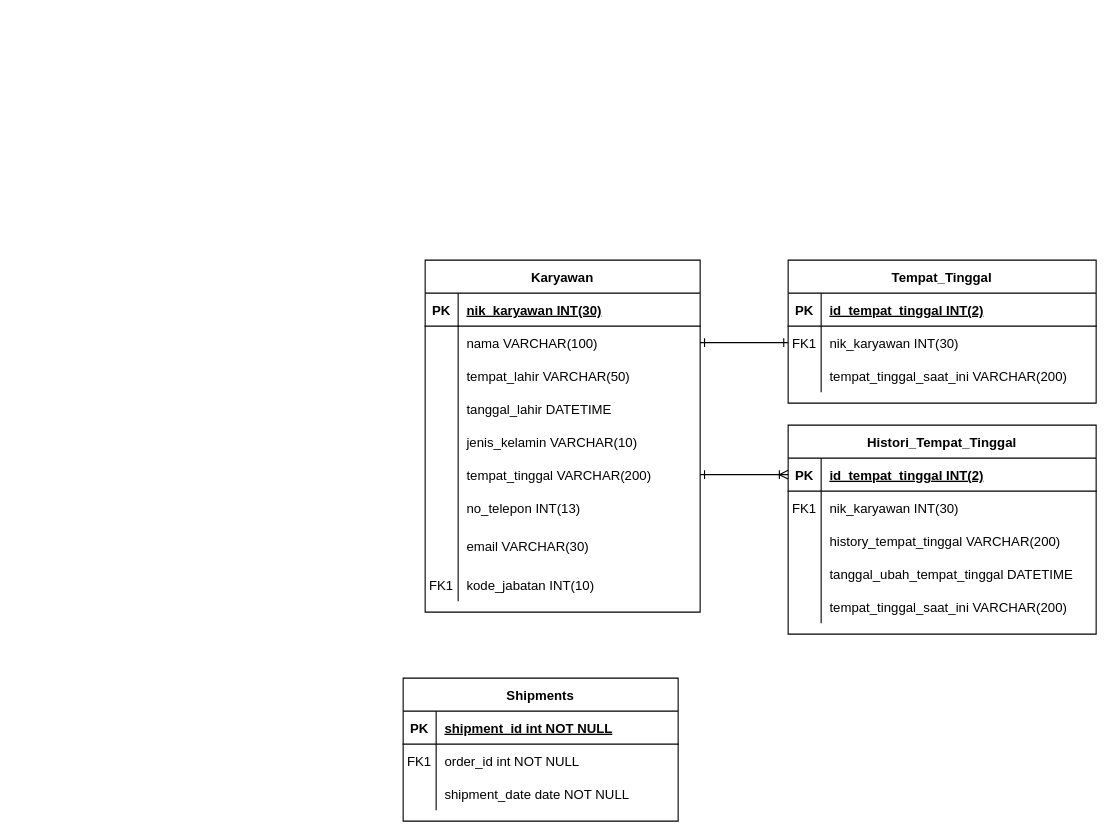
The draw.io diagram Pertemuan7/QUIZ/Untitled Diagram.drawio in NormalikaShandi/IF214002, before the edit. Source tidied: cells renumbered, new cells numbered last; positions are measured from the earlier drawing's top-left corner, leaving out a move shared by most shapes. Both pictures are drawn from the tidied source at 110%, with x=0, y=0 at pixel (403, 260).
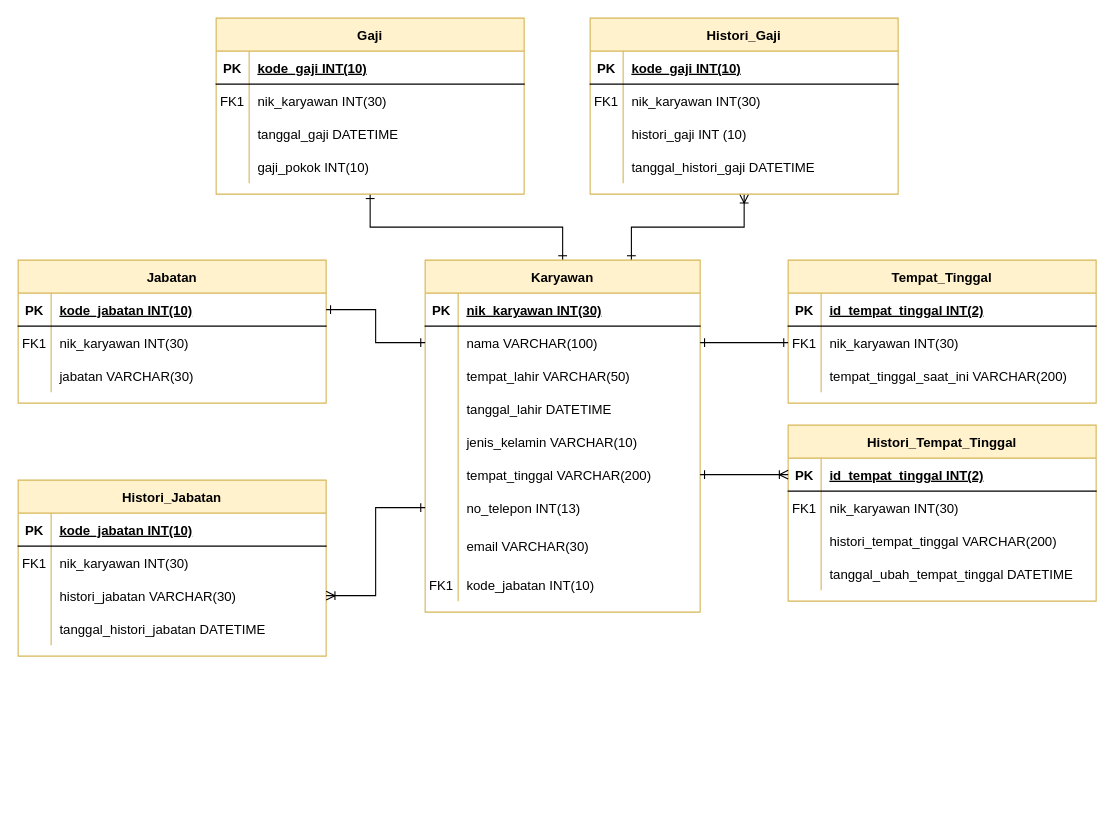
The same diagram, later.

The change refers to these unchanged cells:
```xml
<mxCell id="26" style="shape=partialRectangle;fillColor=none;points=[[0,0.5],[1,0.5]];portConstraint=eastwest;top=0;left=0;right=0;bottom=0;" parent="22" vertex="1">
  <mxGeometry y="60" width="250" height="30" as="geometry" />
</mxCell>
<mxCell id="41" style="shape=partialRectangle;fillColor=none;points=[[0,0.5],[1,0.5]];portConstraint=eastwest;top=0;left=0;right=0;bottom=0;" parent="22" vertex="1">
  <mxGeometry y="210" width="250" height="30" as="geometry" />
</mxCell>
<mxCell id="58" style="shape=partialRectangle;fillColor=none;top=0;left=0;right=0;bottom=0;" parent="51" vertex="1">
  <mxGeometry y="90" width="280" height="30" as="geometry" />
</mxCell>
```

The edit, as a diff of the source:
```diff
@@
-    <mxCell id="2" value="Tempat_Tinggal" style="shape=table;startSize=30;childLayout=tableLayout;rowLines=0;fontStyle=1;align=center;" parent="1" vertex="1">
+    <mxCell id="2" value="Tempat_Tinggal" style="shape=table;startSize=30;childLayout=tableLayout;rowLines=0;fontStyle=1;align=center;fillColor=#fff2cc;strokeColor=#d6b656;" parent="1" vertex="1">
       <mxGeometry x="350" width="280" height="130" as="geometry" />
     </mxCell>
@@
-    <mxCell id="12" value="Shipments" style="shape=table;startSize=30;childLayout=tableLayout;rowLines=0;fontStyle=1;align=center;" parent="1" vertex="1">
-      <mxGeometry y="380" width="250" height="130" as="geometry" />
-    </mxCell>
-    <mxCell id="13" style="shape=partialRectangle;fillColor=none;top=0;left=0;right=0;bottom=1;" parent="12" vertex="1">
-      <mxGeometry y="30" width="250" height="30" as="geometry" />
-    </mxCell>
-    <mxCell id="14" value="PK" style="shape=partialRectangle;overflow=hidden;fillColor=none;top=0;left=0;bottom=0;right=0;fontStyle=1;" parent="13" vertex="1">
-      <mxGeometry width="30" height="30" as="geometry" />
-    </mxCell>
-    <mxCell id="15" value="shipment_id int NOT NULL " style="shape=partialRectangle;overflow=hidden;fillColor=none;top=0;left=0;bottom=0;right=0;align=left;spacingLeft=6;fontStyle=5;" parent="13" vertex="1">
-      <mxGeometry x="30" width="220" height="30" as="geometry" />
-    </mxCell>
-    <mxCell id="16" style="shape=partialRectangle;fillColor=none;top=0;left=0;right=0;bottom=0;" parent="12" vertex="1">
-      <mxGeometry y="60" width="250" height="30" as="geometry" />
-    </mxCell>
-    <mxCell id="17" value="FK1" style="shape=partialRectangle;overflow=hidden;fillColor=none;top=0;left=0;bottom=0;right=0;" parent="16" vertex="1">
-      <mxGeometry width="30" height="30" as="geometry" />
-    </mxCell>
-    <mxCell id="18" value="order_id int NOT NULL" style="shape=partialRectangle;overflow=hidden;fillColor=none;top=0;left=0;bottom=0;right=0;align=left;spacingLeft=6;" parent="16" vertex="1">
-      <mxGeometry x="30" width="220" height="30" as="geometry" />
-    </mxCell>
-    <mxCell id="19" style="shape=partialRectangle;fillColor=none;top=0;left=0;right=0;bottom=0;" parent="12" vertex="1">
-      <mxGeometry y="90" width="250" height="30" as="geometry" />
-    </mxCell>
-    <mxCell id="20" style="shape=partialRectangle;overflow=hidden;fillColor=none;top=0;left=0;bottom=0;right=0;" parent="19" vertex="1">
-      <mxGeometry width="30" height="30" as="geometry" />
-    </mxCell>
-    <mxCell id="21" value="shipment_date date NOT NULL" style="shape=partialRectangle;overflow=hidden;fillColor=none;top=0;left=0;bottom=0;right=0;align=left;spacingLeft=6;" parent="19" vertex="1">
-      <mxGeometry x="30" width="220" height="30" as="geometry" />
-    </mxCell>
+    <mxCell id="68" style="edgeStyle=orthogonalEdgeStyle;rounded=0;jettySize=auto;html=1;exitX=0.5;exitY=0;exitDx=0;exitDy=0;entryX=0.5;entryY=1;entryDx=0;entryDy=0;startArrow=ERone;startFill=0;endArrow=ERone;endFill=0;" parent="1" edge="1" source="22" target="70">
+      <mxGeometry relative="1" as="geometry" />
+    </mxCell>
+    <mxCell id="69" style="edgeStyle=orthogonalEdgeStyle;rounded=0;jettySize=auto;html=1;exitX=0.75;exitY=0;exitDx=0;exitDy=0;entryX=0.5;entryY=1;entryDx=0;entryDy=0;startArrow=ERone;startFill=0;endArrow=ERoneToMany;endFill=0;" parent="1" edge="1" source="22" target="83">
+      <mxGeometry relative="1" as="geometry" />
+    </mxCell>
-    <mxCell id="22" value="Karyawan" style="shape=table;startSize=30;childLayout=tableLayout;rowLines=0;fontStyle=1;align=center;" parent="1" vertex="1">
+    <mxCell id="22" value="Karyawan" style="shape=table;startSize=30;childLayout=tableLayout;rowLines=0;fontStyle=1;align=center;fillColor=#fff2cc;strokeColor=#d6b656;" parent="1" vertex="1">
       <mxGeometry x="20" width="250" height="320" as="geometry" />
     </mxCell>
@@
-    <mxCell id="51" value="Histori_Tempat_Tinggal" style="shape=table;startSize=30;childLayout=tableLayout;rowLines=0;fontStyle=1;align=center;" parent="1" vertex="1">
-      <mxGeometry x="350" y="150" width="280" height="190" as="geometry" />
+    <mxCell id="51" value="Histori_Tempat_Tinggal" style="shape=table;startSize=30;childLayout=tableLayout;rowLines=0;fontStyle=1;align=center;fillColor=#fff2cc;strokeColor=#d6b656;" parent="1" vertex="1">
+      <mxGeometry x="350" y="150" width="280" height="160" as="geometry" />
     </mxCell>
@@
-    <mxCell id="60" value="history_tempat_tinggal VARCHAR(200)" style="shape=partialRectangle;overflow=hidden;fillColor=none;top=0;left=0;bottom=0;right=0;align=left;spacingLeft=6;" parent="58" vertex="1">
+    <mxCell id="60" value="histori_tempat_tinggal VARCHAR(200)" style="shape=partialRectangle;overflow=hidden;fillColor=none;top=0;left=0;bottom=0;right=0;align=left;spacingLeft=6;" parent="58" vertex="1">
       <mxGeometry x="30" width="250" height="30" as="geometry" />
     </mxCell>
@@
-    <mxCell id="64" style="shape=partialRectangle;fillColor=none;top=0;left=0;right=0;bottom=0;" parent="51" vertex="1">
-      <mxGeometry y="150" width="280" height="30" as="geometry" />
-    </mxCell>
-    <mxCell id="65" style="shape=partialRectangle;overflow=hidden;fillColor=none;top=0;left=0;bottom=0;right=0;" parent="64" vertex="1">
-      <mxGeometry width="30" height="30" as="geometry" />
-    </mxCell>
-    <mxCell id="66" value="tempat_tinggal_saat_ini VARCHAR(200)" style="shape=partialRectangle;overflow=hidden;fillColor=none;top=0;left=0;bottom=0;right=0;align=left;spacingLeft=6;" parent="64" vertex="1">
-      <mxGeometry x="30" width="250" height="30" as="geometry" />
-    </mxCell>
@@
+    <mxCell id="70" value="Gaji" style="shape=table;startSize=30;childLayout=tableLayout;rowLines=0;fontStyle=1;align=center;fillColor=#fff2cc;strokeColor=#d6b656;" parent="1" vertex="1">
+      <mxGeometry x="-170" y="-220" width="280" height="160" as="geometry" />
+    </mxCell>
+    <mxCell id="71" style="shape=partialRectangle;fillColor=none;top=0;left=0;right=0;bottom=1;" parent="70" vertex="1">
+      <mxGeometry y="30" width="280" height="30" as="geometry" />
+    </mxCell>
+    <mxCell id="72" value="PK" style="shape=partialRectangle;overflow=hidden;fillColor=none;top=0;left=0;bottom=0;right=0;fontStyle=1;" parent="71" vertex="1">
+      <mxGeometry width="30" height="30" as="geometry" />
+    </mxCell>
+    <mxCell id="73" value="kode_gaji INT(10)" style="shape=partialRectangle;overflow=hidden;fillColor=none;top=0;left=0;bottom=0;right=0;align=left;spacingLeft=6;fontStyle=5;" parent="71" vertex="1">
+      <mxGeometry x="30" width="250" height="30" as="geometry" />
+    </mxCell>
+    <mxCell id="74" style="shape=partialRectangle;fillColor=none;top=0;left=0;right=0;bottom=0;" parent="70" vertex="1">
+      <mxGeometry y="60" width="280" height="30" as="geometry" />
+    </mxCell>
+    <mxCell id="75" value="FK1" style="shape=partialRectangle;overflow=hidden;fillColor=none;top=0;left=0;bottom=0;right=0;" parent="74" vertex="1">
+      <mxGeometry width="30" height="30" as="geometry" />
+    </mxCell>
+    <mxCell id="76" value="nik_karyawan INT(30)" style="shape=partialRectangle;overflow=hidden;fillColor=none;top=0;left=0;bottom=0;right=0;align=left;spacingLeft=6;" parent="74" vertex="1">
+      <mxGeometry x="30" width="250" height="30" as="geometry" />
+    </mxCell>
+    <mxCell id="77" style="shape=partialRectangle;fillColor=none;top=0;left=0;right=0;bottom=0;" parent="70" vertex="1">
+      <mxGeometry y="90" width="280" height="30" as="geometry" />
+    </mxCell>
+    <mxCell id="78" style="shape=partialRectangle;overflow=hidden;fillColor=none;top=0;left=0;bottom=0;right=0;" parent="77" vertex="1">
+      <mxGeometry width="30" height="30" as="geometry" />
+    </mxCell>
+    <mxCell id="79" value="tanggal_gaji DATETIME" style="shape=partialRectangle;overflow=hidden;fillColor=none;top=0;left=0;bottom=0;right=0;align=left;spacingLeft=6;" parent="77" vertex="1">
+      <mxGeometry x="30" width="250" height="30" as="geometry" />
+    </mxCell>
+    <mxCell id="80" style="shape=partialRectangle;fillColor=none;top=0;left=0;right=0;bottom=0;" parent="70" vertex="1">
+      <mxGeometry y="120" width="280" height="30" as="geometry" />
+    </mxCell>
+    <mxCell id="81" style="shape=partialRectangle;overflow=hidden;fillColor=none;top=0;left=0;bottom=0;right=0;" parent="80" vertex="1">
+      <mxGeometry width="30" height="30" as="geometry" />
+    </mxCell>
+    <mxCell id="82" value="gaji_pokok INT(10)" style="shape=partialRectangle;overflow=hidden;fillColor=none;top=0;left=0;bottom=0;right=0;align=left;spacingLeft=6;" parent="80" vertex="1">
+      <mxGeometry x="30" width="250" height="30" as="geometry" />
+    </mxCell>
+    <mxCell id="83" value="Histori_Gaji" style="shape=table;startSize=30;childLayout=tableLayout;rowLines=0;fontStyle=1;align=center;fillColor=#fff2cc;strokeColor=#d6b656;" parent="1" vertex="1">
+      <mxGeometry x="170" y="-220" width="280" height="160" as="geometry" />
+    </mxCell>
+    <mxCell id="84" style="shape=partialRectangle;fillColor=none;top=0;left=0;right=0;bottom=1;" parent="83" vertex="1">
+      <mxGeometry y="30" width="280" height="30" as="geometry" />
+    </mxCell>
+    <mxCell id="85" value="PK" style="shape=partialRectangle;overflow=hidden;fillColor=none;top=0;left=0;bottom=0;right=0;fontStyle=1;" parent="84" vertex="1">
+      <mxGeometry width="30" height="30" as="geometry" />
+    </mxCell>
+    <mxCell id="86" value="kode_gaji INT(10)" style="shape=partialRectangle;overflow=hidden;fillColor=none;top=0;left=0;bottom=0;right=0;align=left;spacingLeft=6;fontStyle=5;" parent="84" vertex="1">
+      <mxGeometry x="30" width="250" height="30" as="geometry" />
+    </mxCell>
+    <mxCell id="87" style="shape=partialRectangle;fillColor=none;top=0;left=0;right=0;bottom=0;" parent="83" vertex="1">
+      <mxGeometry y="60" width="280" height="30" as="geometry" />
+    </mxCell>
+    <mxCell id="88" value="FK1" style="shape=partialRectangle;overflow=hidden;fillColor=none;top=0;left=0;bottom=0;right=0;" parent="87" vertex="1">
+      <mxGeometry width="30" height="30" as="geometry" />
+    </mxCell>
+    <mxCell id="89" value="nik_karyawan INT(30)" style="shape=partialRectangle;overflow=hidden;fillColor=none;top=0;left=0;bottom=0;right=0;align=left;spacingLeft=6;" parent="87" vertex="1">
+      <mxGeometry x="30" width="250" height="30" as="geometry" />
+    </mxCell>
+    <mxCell id="90" style="shape=partialRectangle;fillColor=none;top=0;left=0;right=0;bottom=0;" parent="83" vertex="1">
+      <mxGeometry y="90" width="280" height="30" as="geometry" />
+    </mxCell>
+    <mxCell id="91" style="shape=partialRectangle;overflow=hidden;fillColor=none;top=0;left=0;bottom=0;right=0;" parent="90" vertex="1">
+      <mxGeometry width="30" height="30" as="geometry" />
+    </mxCell>
+    <mxCell id="92" value="histori_gaji INT (10) " style="shape=partialRectangle;overflow=hidden;fillColor=none;top=0;left=0;bottom=0;right=0;align=left;spacingLeft=6;" parent="90" vertex="1">
+      <mxGeometry x="30" width="250" height="30" as="geometry" />
+    </mxCell>
+    <mxCell id="93" style="shape=partialRectangle;fillColor=none;top=0;left=0;right=0;bottom=0;" parent="83" vertex="1">
+      <mxGeometry y="120" width="280" height="30" as="geometry" />
+    </mxCell>
+    <mxCell id="94" style="shape=partialRectangle;overflow=hidden;fillColor=none;top=0;left=0;bottom=0;right=0;" parent="93" vertex="1">
+      <mxGeometry width="30" height="30" as="geometry" />
+    </mxCell>
+    <mxCell id="95" value="tanggal_histori_gaji DATETIME" style="shape=partialRectangle;overflow=hidden;fillColor=none;top=0;left=0;bottom=0;right=0;align=left;spacingLeft=6;" parent="93" vertex="1">
+      <mxGeometry x="30" width="250" height="30" as="geometry" />
+    </mxCell>
+    <mxCell id="96" value="Jabatan" style="shape=table;startSize=30;childLayout=tableLayout;rowLines=0;fontStyle=1;align=center;fillColor=#fff2cc;strokeColor=#d6b656;" parent="1" vertex="1">
+      <mxGeometry x="-350" width="280" height="130" as="geometry" />
+    </mxCell>
+    <mxCell id="97" style="shape=partialRectangle;fillColor=none;points=[[0,0.5],[1,0.5]];portConstraint=eastwest;top=0;left=0;right=0;bottom=1;" parent="96" vertex="1">
+      <mxGeometry y="30" width="280" height="30" as="geometry" />
+    </mxCell>
+    <mxCell id="98" value="PK" style="shape=partialRectangle;overflow=hidden;fillColor=none;top=0;left=0;bottom=0;right=0;fontStyle=1;" parent="97" vertex="1">
+      <mxGeometry width="30" height="30" as="geometry" />
+    </mxCell>
+    <mxCell id="99" value="kode_jabatan INT(10)" style="shape=partialRectangle;overflow=hidden;fillColor=none;top=0;left=0;bottom=0;right=0;align=left;spacingLeft=6;fontStyle=5;" parent="97" vertex="1">
+      <mxGeometry x="30" width="250" height="30" as="geometry" />
+    </mxCell>
+    <mxCell id="100" style="shape=partialRectangle;fillColor=none;top=0;left=0;right=0;bottom=0;" parent="96" vertex="1">
+      <mxGeometry y="60" width="280" height="30" as="geometry" />
+    </mxCell>
+    <mxCell id="101" value="FK1" style="shape=partialRectangle;overflow=hidden;fillColor=none;top=0;left=0;bottom=0;right=0;" parent="100" vertex="1">
+      <mxGeometry width="30" height="30" as="geometry" />
+    </mxCell>
+    <mxCell id="102" value="nik_karyawan INT(30)" style="shape=partialRectangle;overflow=hidden;fillColor=none;top=0;left=0;bottom=0;right=0;align=left;spacingLeft=6;" parent="100" vertex="1">
+      <mxGeometry x="30" width="250" height="30" as="geometry" />
+    </mxCell>
+    <mxCell id="103" style="shape=partialRectangle;fillColor=none;top=0;left=0;right=0;bottom=0;" parent="96" vertex="1">
+      <mxGeometry y="90" width="280" height="30" as="geometry" />
+    </mxCell>
+    <mxCell id="104" style="shape=partialRectangle;overflow=hidden;fillColor=none;top=0;left=0;bottom=0;right=0;" parent="103" vertex="1">
+      <mxGeometry width="30" height="30" as="geometry" />
+    </mxCell>
+    <mxCell id="105" value="jabatan VARCHAR(30)" style="shape=partialRectangle;overflow=hidden;fillColor=none;top=0;left=0;bottom=0;right=0;align=left;spacingLeft=6;" parent="103" vertex="1">
+      <mxGeometry x="30" width="250" height="30" as="geometry" />
+    </mxCell>
+    <mxCell id="106" value="Histori_Jabatan" style="shape=table;startSize=30;childLayout=tableLayout;rowLines=0;fontStyle=1;align=center;fillColor=#fff2cc;strokeColor=#d6b656;" parent="1" vertex="1">
+      <mxGeometry x="-350" y="200" width="280" height="160" as="geometry" />
+    </mxCell>
+    <mxCell id="107" style="shape=partialRectangle;fillColor=none;top=0;left=0;right=0;bottom=1;" parent="106" vertex="1">
+      <mxGeometry y="30" width="280" height="30" as="geometry" />
+    </mxCell>
+    <mxCell id="108" value="PK" style="shape=partialRectangle;overflow=hidden;fillColor=none;top=0;left=0;bottom=0;right=0;fontStyle=1;" parent="107" vertex="1">
+      <mxGeometry width="30" height="30" as="geometry" />
+    </mxCell>
+    <mxCell id="109" value="kode_jabatan INT(10)" style="shape=partialRectangle;overflow=hidden;fillColor=none;top=0;left=0;bottom=0;right=0;align=left;spacingLeft=6;fontStyle=5;" parent="107" vertex="1">
+      <mxGeometry x="30" width="250" height="30" as="geometry" />
+    </mxCell>
+    <mxCell id="110" style="shape=partialRectangle;fillColor=none;top=0;left=0;right=0;bottom=0;" parent="106" vertex="1">
+      <mxGeometry y="60" width="280" height="30" as="geometry" />
+    </mxCell>
+    <mxCell id="111" value="FK1" style="shape=partialRectangle;overflow=hidden;fillColor=none;top=0;left=0;bottom=0;right=0;" parent="110" vertex="1">
+      <mxGeometry width="30" height="30" as="geometry" />
+    </mxCell>
+    <mxCell id="112" value="nik_karyawan INT(30)" style="shape=partialRectangle;overflow=hidden;fillColor=none;top=0;left=0;bottom=0;right=0;align=left;spacingLeft=6;" parent="110" vertex="1">
+      <mxGeometry x="30" width="250" height="30" as="geometry" />
+    </mxCell>
+    <mxCell id="113" style="shape=partialRectangle;fillColor=none;points=[[0,0.5],[1,0.5]];portConstraint=eastwest;top=0;left=0;right=0;bottom=0;" parent="106" vertex="1">
+      <mxGeometry y="90" width="280" height="30" as="geometry" />
+    </mxCell>
+    <mxCell id="114" style="shape=partialRectangle;overflow=hidden;fillColor=none;top=0;left=0;bottom=0;right=0;" parent="113" vertex="1">
+      <mxGeometry width="30" height="30" as="geometry" />
+    </mxCell>
+    <mxCell id="115" value="histori_jabatan VARCHAR(30)" style="shape=partialRectangle;overflow=hidden;fillColor=none;top=0;left=0;bottom=0;right=0;align=left;spacingLeft=6;" parent="113" vertex="1">
+      <mxGeometry x="30" width="250" height="30" as="geometry" />
+    </mxCell>
+    <mxCell id="116" style="shape=partialRectangle;fillColor=none;top=0;left=0;right=0;bottom=0;" parent="106" vertex="1">
+      <mxGeometry y="120" width="280" height="30" as="geometry" />
+    </mxCell>
+    <mxCell id="117" style="shape=partialRectangle;overflow=hidden;fillColor=none;top=0;left=0;bottom=0;right=0;" parent="116" vertex="1">
+      <mxGeometry width="30" height="30" as="geometry" />
+    </mxCell>
+    <mxCell id="118" value="tanggal_histori_jabatan DATETIME" style="shape=partialRectangle;overflow=hidden;fillColor=none;top=0;left=0;bottom=0;right=0;align=left;spacingLeft=6;" parent="116" vertex="1">
+      <mxGeometry x="30" width="250" height="30" as="geometry" />
+    </mxCell>
+    <mxCell id="119" style="edgeStyle=orthogonalEdgeStyle;rounded=0;jettySize=auto;html=1;exitX=1;exitY=0.5;exitDx=0;exitDy=0;entryX=0;entryY=0.5;entryDx=0;entryDy=0;startArrow=ERone;startFill=0;endArrow=ERone;endFill=0;" parent="1" edge="1" source="97" target="26">
+      <mxGeometry relative="1" as="geometry" />
+    </mxCell>
+    <mxCell id="120" style="edgeStyle=orthogonalEdgeStyle;rounded=0;jettySize=auto;html=1;exitX=1;exitY=0.5;exitDx=0;exitDy=0;entryX=0;entryY=0.5;entryDx=0;entryDy=0;startArrow=ERoneToMany;startFill=0;endArrow=ERone;endFill=0;" parent="1" edge="1" source="113" target="41">
+      <mxGeometry relative="1" as="geometry" />
+    </mxCell>
```
